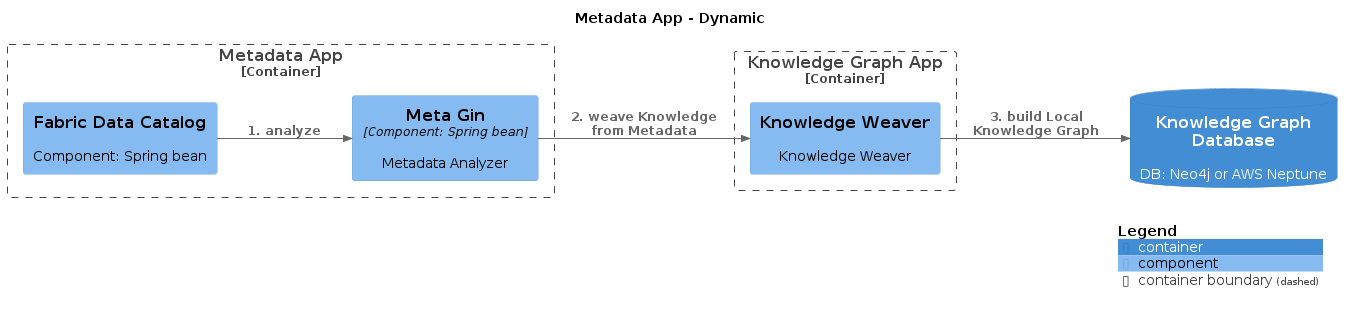
Before: master/png/WorkflowBuildingLocalKnowledgeGraph.png, a diagram exported from PlantUML (IntellectusCorp/data-fabric-docs).
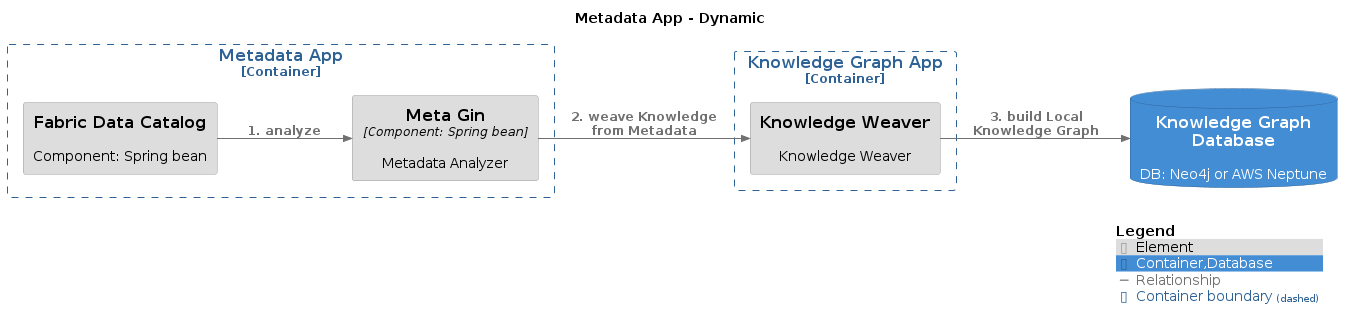
The same diagram one commit later.

The edit, as a diff of the source:
```diff
@@ -9,20 +9,27 @@
 !include <C4/C4_Container>
 !include <C4/C4_Component>
 
-Container_Boundary("DataFabric.KnowledgeGraphApp_boundary", "Knowledge Graph App", $tags="") {
-  Component(DataFabric.KnowledgeGraphApp.KnowledgeWeaver, "Knowledge Weaver", $techn="", $descr="Knowledge Weaver", $tags="", $link="")
+AddElementTag("Element", $bgColor="#dddddd", $borderColor="#9a9a9a", $fontColor="#000000", $sprite="", $shadowing="")
+AddElementTag("Container,Database", $bgColor="#438dd5", $borderColor="#2e6295", $fontColor="#ffffff", $sprite="", $shadowing="")
+
+AddRelTag("Relationship", $textColor="#707070", $lineColor="#707070", $lineStyle = "")
+
+AddBoundaryTag("Container", $bgColor="#ffffff", $borderColor="#2e6295", $fontColor="#2e6295", $shadowing="")
+
+Container_Boundary("DataFabric.KnowledgeGraphApp_boundary", "Knowledge Graph App", $tags="Container") {
+  Component(DataFabric.KnowledgeGraphApp.KnowledgeWeaver, "Knowledge Weaver", $techn="", $descr="Knowledge Weaver", $tags="Element", $link="")
 }
 
-Container_Boundary("DataFabric.MetadataApp_boundary", "Metadata App", $tags="") {
-  Component(DataFabric.MetadataApp.MetaGin, "Meta Gin", $techn="Component: Spring bean", $descr="Metadata Analyzer", $tags="", $link="")
-  Component(DataFabric.MetadataApp.FabricDataCatalog, "Fabric Data Catalog", $techn="", $descr="Component: Spring bean", $tags="", $link="")
+Container_Boundary("DataFabric.MetadataApp_boundary", "Metadata App", $tags="Container") {
+  Component(DataFabric.MetadataApp.MetaGin, "Meta Gin", $techn="Component: Spring bean", $descr="Metadata Analyzer", $tags="Element", $link="")
+  Component(DataFabric.MetadataApp.FabricDataCatalog, "Fabric Data Catalog", $techn="", $descr="Component: Spring bean", $tags="Element", $link="")
 }
 
-ContainerDb(DataFabric.KnowledgeGraphDatabase, "Knowledge Graph Database", $techn="", $descr="DB: Neo4j or AWS Neptune", $tags="", $link="")
+ContainerDb(DataFabric.KnowledgeGraphDatabase, "Knowledge Graph Database", $techn="", $descr="DB: Neo4j or AWS Neptune", $tags="Container,Database", $link="")
 
-Rel_D(DataFabric.MetadataApp.FabricDataCatalog, DataFabric.MetadataApp.MetaGin, "1. analyze", $techn="", $tags="", $link="")
-Rel_D(DataFabric.MetadataApp.MetaGin, DataFabric.KnowledgeGraphApp.KnowledgeWeaver, "2. weave Knowledge from Metadata", $techn="", $tags="", $link="")
-Rel_D(DataFabric.KnowledgeGraphApp.KnowledgeWeaver, DataFabric.KnowledgeGraphDatabase, "3. build Local Knowledge Graph", $techn="", $tags="", $link="")
+Rel_D(DataFabric.MetadataApp.FabricDataCatalog, DataFabric.MetadataApp.MetaGin, "1. analyze", $techn="", $tags="Relationship", $link="")
+Rel_D(DataFabric.MetadataApp.MetaGin, DataFabric.KnowledgeGraphApp.KnowledgeWeaver, "2. weave Knowledge from Metadata", $techn="", $tags="Relationship", $link="")
+Rel_D(DataFabric.KnowledgeGraphApp.KnowledgeWeaver, DataFabric.KnowledgeGraphDatabase, "3. build Local Knowledge Graph", $techn="", $tags="Relationship", $link="")
 
 SHOW_LEGEND(true)
 @enduml
```
